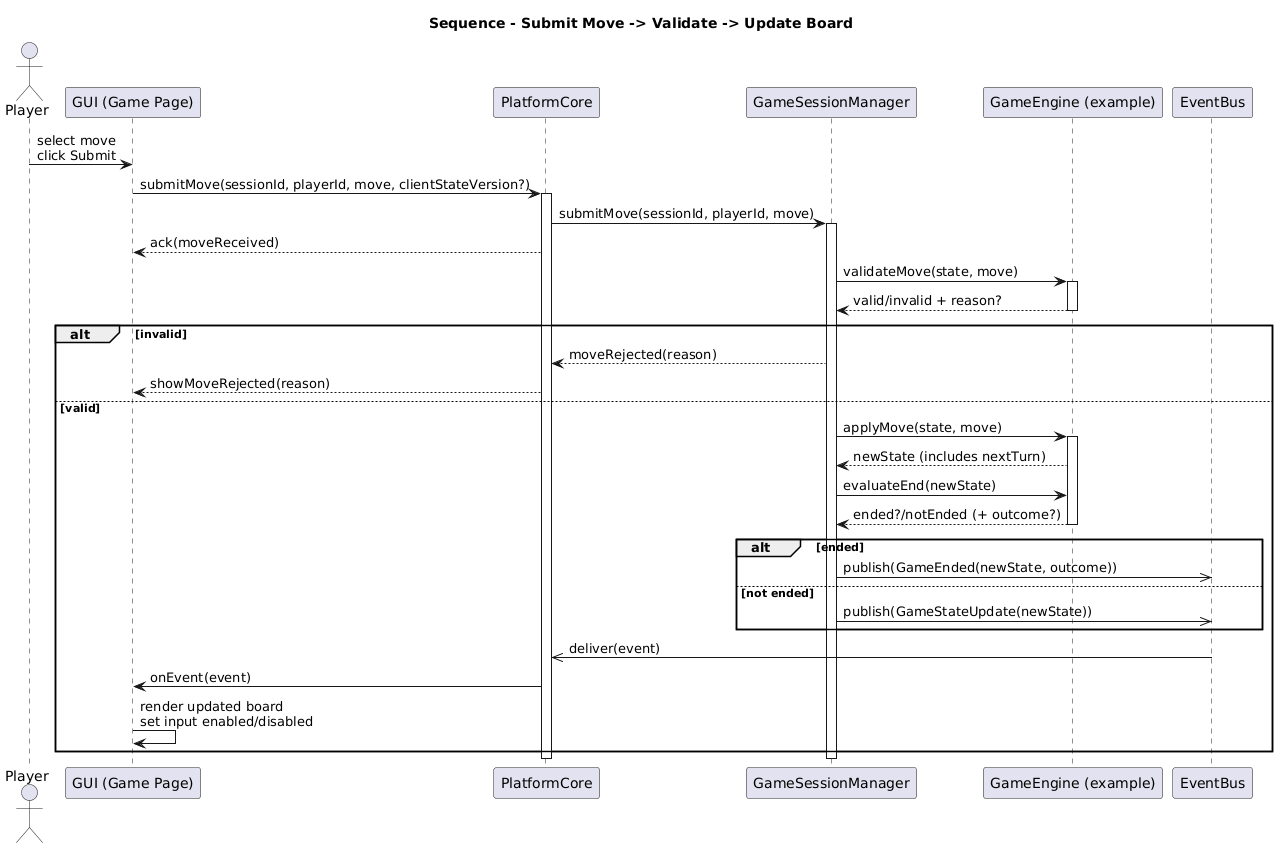
This is docs/04 sequence/04.03 submit move sequence diagram.png from Hainsman/SENG-300-Group-Project, a PlantUML export, as it was before one commit. The source it was exported from:
```plantuml
@startuml
title Sequence - Submit Move -> Validate -> Update Board

actor Player
participant "GUI (Game Page)" as GUI
participant "PlatformCore" as Core
participant "GameSessionManager" as GSM
participant "GameEngine (example)" as Engine
participant "EventBus" as Bus

Player -> GUI : select move\nclick Submit
GUI -> Core : submitMove(sessionId, playerId, move, clientStateVersion?)
activate Core
Core -> GSM : submitMove(sessionId, playerId, move)
activate GSM

Core --> GUI : ack(moveReceived)

GSM -> Engine : validateMove(state, move)
activate Engine
Engine --> GSM : valid/invalid + reason?
deactivate Engine

alt invalid
  GSM --> Core : moveRejected(reason)
  Core --> GUI : showMoveRejected(reason)
else valid
  GSM -> Engine : applyMove(state, move)
  activate Engine
  Engine --> GSM : newState (includes nextTurn)
  GSM -> Engine : evaluateEnd(newState)
  Engine --> GSM : ended?/notEnded (+ outcome?)
  deactivate Engine

  alt ended
    GSM ->> Bus : publish(GameEnded(newState, outcome))
  else not ended
    GSM ->> Bus : publish(GameStateUpdate(newState))
  end

  Bus ->> Core : deliver(event)
  Core -> GUI : onEvent(event)
  GUI -> GUI : render updated board\nset input enabled/disabled
end

deactivate GSM
deactivate Core
@enduml
```
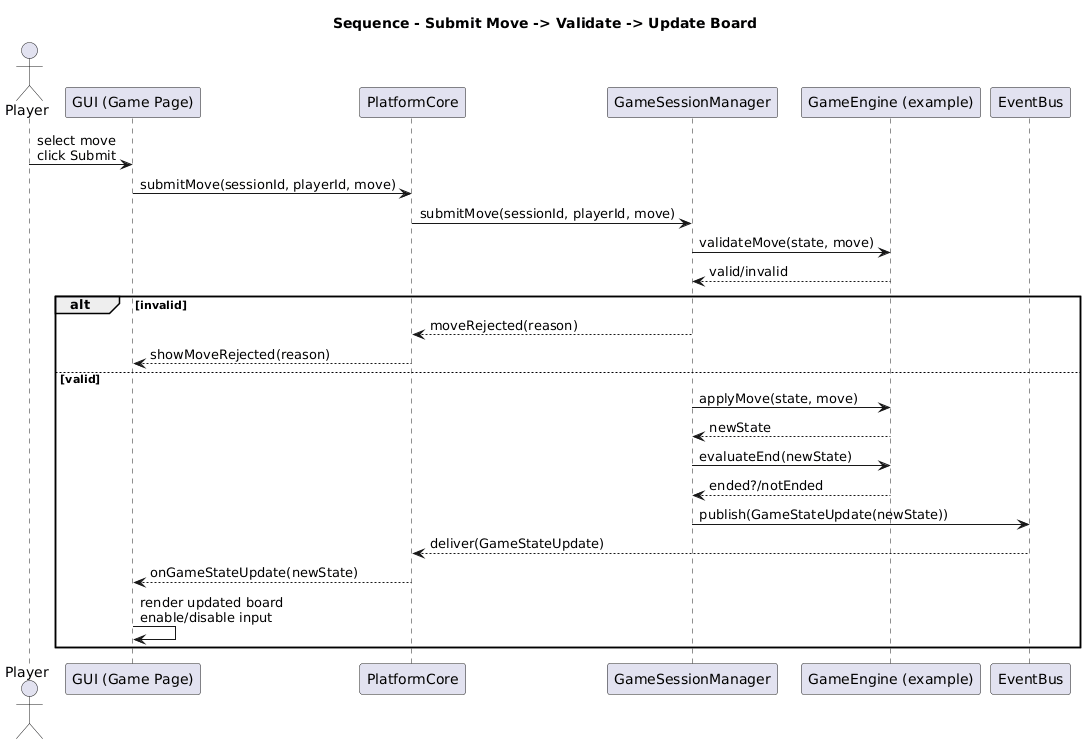
Later version of the same file.

Commit message:
made a project plan

Change to the diagram source:
```diff
@@ -9,40 +9,25 @@
 participant "EventBus" as Bus
 
 Player -> GUI : select move\nclick Submit
-GUI -> Core : submitMove(sessionId, playerId, move, clientStateVersion?)
-activate Core
+GUI -> Core : submitMove(sessionId, playerId, move)
 Core -> GSM : submitMove(sessionId, playerId, move)
-activate GSM
-
-Core --> GUI : ack(moveReceived)
 
 GSM -> Engine : validateMove(state, move)
-activate Engine
-Engine --> GSM : valid/invalid + reason?
-deactivate Engine
+Engine --> GSM : valid/invalid
 
 alt invalid
   GSM --> Core : moveRejected(reason)
   Core --> GUI : showMoveRejected(reason)
 else valid
   GSM -> Engine : applyMove(state, move)
-  activate Engine
-  Engine --> GSM : newState (includes nextTurn)
+  Engine --> GSM : newState
   GSM -> Engine : evaluateEnd(newState)
-  Engine --> GSM : ended?/notEnded (+ outcome?)
-  deactivate Engine
+  Engine --> GSM : ended?/notEnded
 
-  alt ended
-    GSM ->> Bus : publish(GameEnded(newState, outcome))
-  else not ended
-    GSM ->> Bus : publish(GameStateUpdate(newState))
-  end
+  GSM -> Bus : publish(GameStateUpdate(newState))
+  Bus --> Core : deliver(GameStateUpdate)
+  Core --> GUI : onGameStateUpdate(newState)
 
-  Bus ->> Core : deliver(event)
-  Core -> GUI : onEvent(event)
-  GUI -> GUI : render updated board\nset input enabled/disabled
+  GUI -> GUI : render updated board\nenable/disable input
 end
-
-deactivate GSM
-deactivate Core
 @enduml
```
